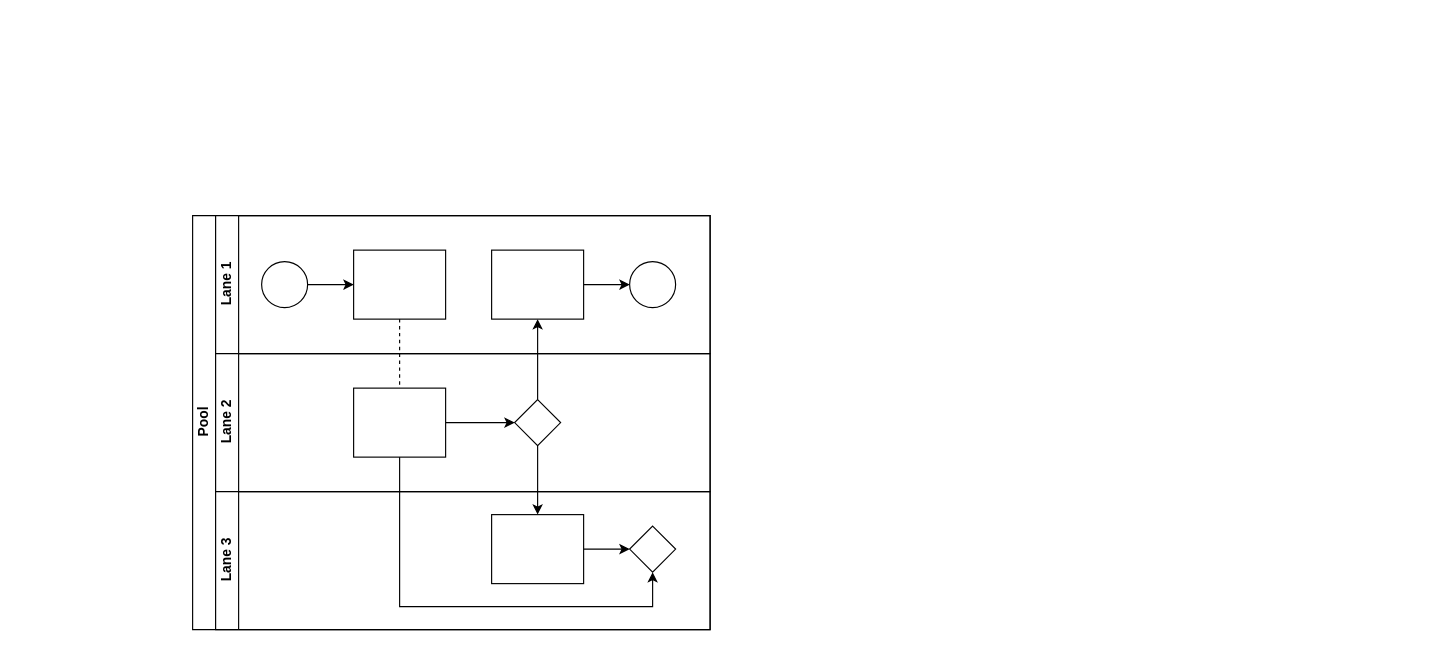
The draw.io diagram Biểu đồ không có tiêu đề.drawio in iambinhnpt/iambinhnpt, before the edit. Source tidied: cells renumbered, new cells numbered last; positions are measured from the earlier drawing's top-left corner, leaving out a move shared by most shapes. Both pictures are drawn from the tidied source at 115%, with x=0, y=0 at pixel (192, 215).
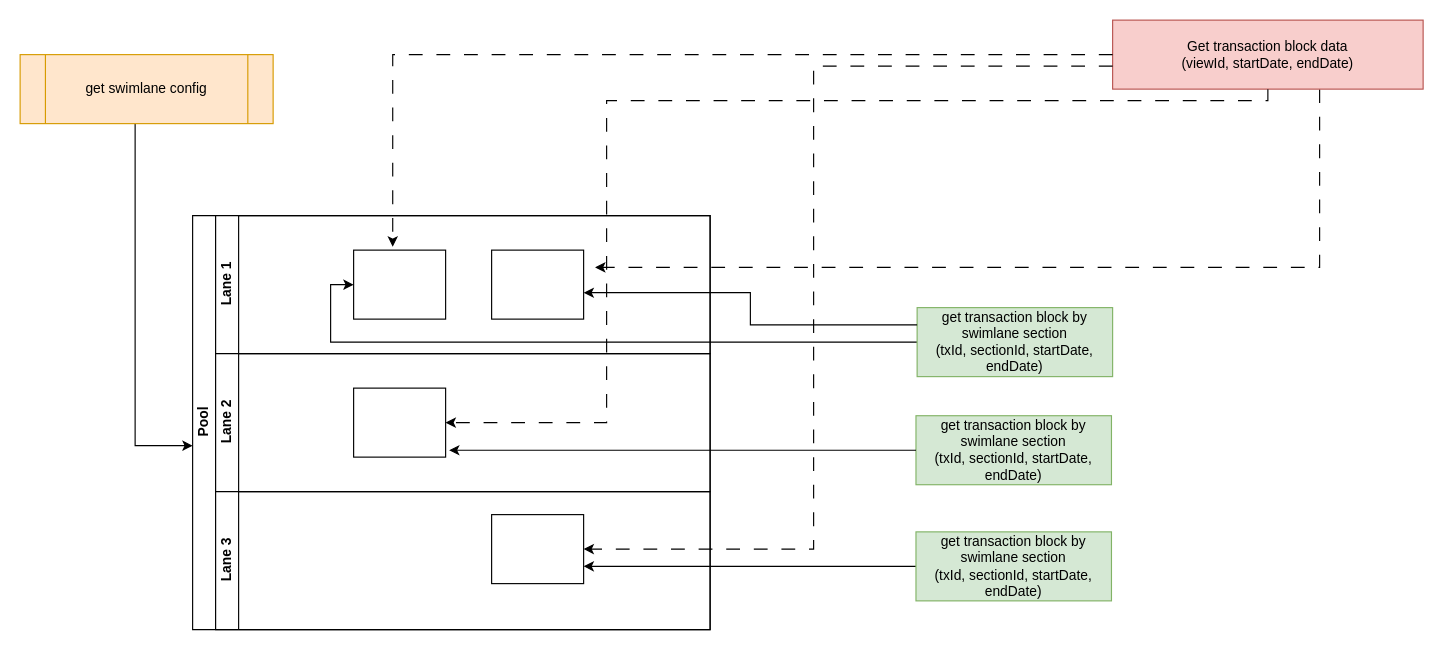
After the change.

Unchanged cells that the change refers to:
```xml
<mxCell id="2" value="Pool" style="swimlane;html=1;horizontal=0;startSize=20;" parent="1" vertex="1">
  <mxGeometry width="450" height="360" as="geometry" />
</mxCell>
<mxCell id="7" value="Lane 1" style="swimlane;html=1;startSize=20;horizontal=0;" parent="2" vertex="1">
  <mxGeometry x="20" width="430" height="120" as="geometry" />
</mxCell>
<mxCell id="10" style="rounded=0;whiteSpace=wrap;html=1;fontFamily=Helvetica;fontSize=12;fontColor=#000000;align=center;" parent="7" vertex="1">
  <mxGeometry x="120" y="30" width="80" height="60" as="geometry" />
</mxCell>
<mxCell id="12" style="rounded=0;whiteSpace=wrap;html=1;fontFamily=Helvetica;fontSize=12;fontColor=#000000;align=center;" parent="7" vertex="1">
  <mxGeometry x="240" y="30" width="80" height="60" as="geometry" />
</mxCell>
<mxCell id="14" value="Lane 2" style="swimlane;html=1;startSize=20;horizontal=0;" parent="2" vertex="1">
  <mxGeometry x="20" y="120" width="430" height="120" as="geometry" />
</mxCell>
<mxCell id="16" style="rounded=0;whiteSpace=wrap;html=1;fontFamily=Helvetica;fontSize=12;fontColor=#000000;align=center;" parent="14" vertex="1">
  <mxGeometry x="120" y="30" width="80" height="60" as="geometry" />
</mxCell>
<mxCell id="18" value="Lane 3" style="swimlane;html=1;startSize=20;horizontal=0;" parent="2" vertex="1">
  <mxGeometry x="20" y="240" width="430" height="120" as="geometry" />
</mxCell>
<mxCell id="20" style="rounded=0;whiteSpace=wrap;html=1;fontFamily=Helvetica;fontSize=12;fontColor=#000000;align=center;" parent="18" vertex="1">
  <mxGeometry x="240" y="20" width="80" height="60" as="geometry" />
</mxCell>
```

The edit, as a diff of the source:
```diff
@@
-    <mxCell id="3" style="edgeStyle=orthogonalEdgeStyle;rounded=0;jettySize=auto;html=1;dashed=1;endArrow=none;endFill=0;" parent="2" edge="1" source="10" target="16">
-      <mxGeometry relative="1" as="geometry" />
-    </mxCell>
-    <mxCell id="4" style="edgeStyle=orthogonalEdgeStyle;rounded=0;jettySize=auto;html=1;endArrow=classic;endFill=1;" parent="2" edge="1" source="17" target="12">
-      <mxGeometry relative="1" as="geometry" />
-    </mxCell>
-    <mxCell id="5" style="edgeStyle=orthogonalEdgeStyle;rounded=0;jettySize=auto;html=1;endArrow=classic;endFill=1;" parent="2" edge="1" source="17" target="20">
-      <mxGeometry relative="1" as="geometry" />
-    </mxCell>
-    <mxCell id="6" style="edgeStyle=orthogonalEdgeStyle;rounded=0;jettySize=auto;html=1;endArrow=classic;endFill=1;" parent="2" edge="1" source="16" target="21">
-      <mxGeometry relative="1" as="geometry">
-        <Array as="points">
-          <mxPoint x="180" y="340" />
-          <mxPoint x="400" y="340" />
-        </Array>
-      </mxGeometry>
-    </mxCell>
@@
-    <mxCell id="8" style="edgeStyle=orthogonalEdgeStyle;rounded=0;jettySize=auto;html=1;" parent="7" edge="1" source="9" target="10">
-      <mxGeometry relative="1" as="geometry" />
-    </mxCell>
-    <mxCell id="9" style="ellipse;whiteSpace=wrap;html=1;" parent="7" vertex="1">
-      <mxGeometry x="40" y="40" width="40" height="40" as="geometry" />
-    </mxCell>
@@
-    <mxCell id="11" style="edgeStyle=orthogonalEdgeStyle;rounded=0;jettySize=auto;html=1;endArrow=classic;endFill=1;" parent="7" edge="1" source="12" target="13">
-      <mxGeometry relative="1" as="geometry" />
-    </mxCell>
@@
-    <mxCell id="13" style="ellipse;whiteSpace=wrap;html=1;" parent="7" vertex="1">
-      <mxGeometry x="360" y="40" width="40" height="40" as="geometry" />
-    </mxCell>
@@
-    <mxCell id="15" style="edgeStyle=orthogonalEdgeStyle;rounded=0;jettySize=auto;html=1;endArrow=classic;endFill=1;" parent="14" edge="1" source="16" target="17">
-      <mxGeometry relative="1" as="geometry" />
-    </mxCell>
@@
-    <mxCell id="17" style="rhombus;whiteSpace=wrap;html=1;fontFamily=Helvetica;fontSize=12;fontColor=#000000;align=center;" parent="14" vertex="1">
-      <mxGeometry x="260" y="40" width="40" height="40" as="geometry" />
-    </mxCell>
@@
-    <mxCell id="19" style="edgeStyle=orthogonalEdgeStyle;rounded=0;jettySize=auto;html=1;endArrow=classic;endFill=1;" parent="18" edge="1" source="20" target="21">
-      <mxGeometry relative="1" as="geometry" />
-    </mxCell>
@@
-    <mxCell id="21" style="rhombus;whiteSpace=wrap;html=1;fontFamily=Helvetica;fontSize=12;fontColor=#000000;align=center;" parent="18" vertex="1">
-      <mxGeometry x="360" y="30" width="40" height="40" as="geometry" />
-    </mxCell>
+    <mxCell id="22" style="endArrow=classic;html=1;rounded=0;" parent="1" edge="1">
+      <mxGeometry relative="1" as="geometry">
+        <mxPoint x="-50" y="-80" as="sourcePoint" />
+        <mxPoint y="200" as="targetPoint" />
+        <Array as="points">
+          <mxPoint x="-50" y="200" />
+        </Array>
+      </mxGeometry>
+    </mxCell>
+    <mxCell id="23" value="get swimlane config" style="shape=process;whiteSpace=wrap;html=1;backgroundOutline=1;fillColor=#ffe6cc;strokeColor=#d79b00;" parent="1" vertex="1">
+      <mxGeometry x="-150" y="-140" width="220" height="60" as="geometry" />
+    </mxCell>
+    <mxCell id="24" style="edgeStyle=orthogonalEdgeStyle;rounded=0;orthogonalLoop=1;jettySize=auto;html=1;exitX=0;exitY=0.75;exitDx=0;exitDy=0;dashed=1;dashPattern=12 12;" parent="1" edge="1">
+      <mxGeometry relative="1" as="geometry">
+        <mxPoint x="980" y="-110" as="sourcePoint" />
+        <mxPoint x="350" y="45" as="targetPoint" />
+        <Array as="points">
+          <mxPoint x="980" y="45" />
+        </Array>
+      </mxGeometry>
+    </mxCell>
+    <mxCell id="25" value="Get transaction block data&lt;br&gt;(viewId, startDate, endDate)" style="rounded=0;whiteSpace=wrap;html=1;fontFamily=Helvetica;fontSize=12;align=center;fillColor=#f8cecc;strokeColor=#b85450;" parent="1" vertex="1">
+      <mxGeometry x="800" y="-170" width="270" height="60" as="geometry" />
+    </mxCell>
+    <mxCell id="26" style="edgeStyle=orthogonalEdgeStyle;rounded=0;jettySize=auto;html=1;entryX=0.425;entryY=-0.05;entryDx=0;entryDy=0;entryPerimeter=0;dashed=1;dashPattern=12 12;" parent="1" edge="1" source="25" target="10">
+      <mxGeometry relative="1" as="geometry" />
+    </mxCell>
+    <mxCell id="27" style="edgeStyle=orthogonalEdgeStyle;rounded=0;jettySize=auto;html=1;entryX=1;entryY=0.5;entryDx=0;entryDy=0;dashed=1;dashPattern=12 12;" parent="1" edge="1" source="25" target="16">
+      <mxGeometry relative="1" as="geometry">
+        <Array as="points">
+          <mxPoint x="360" y="-100" />
+          <mxPoint x="360" y="180" />
+        </Array>
+      </mxGeometry>
+    </mxCell>
+    <mxCell id="28" style="edgeStyle=orthogonalEdgeStyle;rounded=0;jettySize=auto;html=1;entryX=1;entryY=0.5;entryDx=0;entryDy=0;dashed=1;dashPattern=12 12;" parent="1" edge="1" source="25" target="20">
+      <mxGeometry relative="1" as="geometry">
+        <Array as="points">
+          <mxPoint x="540" y="-130" />
+          <mxPoint x="540" y="290" />
+        </Array>
+      </mxGeometry>
+    </mxCell>
+    <mxCell id="29" style="edgeStyle=orthogonalEdgeStyle;rounded=0;jettySize=auto;html=1;entryX=0;entryY=0.5;entryDx=0;entryDy=0;" parent="1" edge="1" source="30" target="10">
+      <mxGeometry relative="1" as="geometry" />
+    </mxCell>
+    <mxCell id="30" value="get transaction block by swimlane section&lt;br&gt;(txId, sectionId, startDate, endDate)" style="rounded=0;whiteSpace=wrap;html=1;fillColor=#d5e8d4;strokeColor=#82b366;" parent="1" vertex="1">
+      <mxGeometry x="630" y="80" width="170" height="60" as="geometry" />
+    </mxCell>
+    <mxCell id="31" value="get transaction block by swimlane section&lt;br&gt;(txId, sectionId, startDate, endDate)" style="rounded=0;whiteSpace=wrap;html=1;fillColor=#d5e8d4;strokeColor=#82b366;" parent="1" vertex="1">
+      <mxGeometry x="629" y="174" width="170" height="60" as="geometry" />
+    </mxCell>
+    <mxCell id="32" style="edgeStyle=orthogonalEdgeStyle;rounded=0;jettySize=auto;html=1;entryX=1;entryY=0.75;entryDx=0;entryDy=0;" parent="1" edge="1" source="33" target="20">
+      <mxGeometry relative="1" as="geometry" />
+    </mxCell>
+    <mxCell id="33" value="get transaction block by swimlane section&lt;br&gt;(txId, sectionId, startDate, endDate)" style="rounded=0;whiteSpace=wrap;html=1;fillColor=#d5e8d4;strokeColor=#82b366;" parent="1" vertex="1">
+      <mxGeometry x="629" y="275" width="170" height="60" as="geometry" />
+    </mxCell>
+    <mxCell id="34" style="edgeStyle=orthogonalEdgeStyle;rounded=0;jettySize=auto;html=1;entryX=1.038;entryY=0.9;entryDx=0;entryDy=0;entryPerimeter=0;" parent="1" edge="1" source="31" target="16">
+      <mxGeometry relative="1" as="geometry" />
+    </mxCell>
+    <mxCell id="35" style="edgeStyle=orthogonalEdgeStyle;rounded=0;jettySize=auto;html=1;exitX=0;exitY=0.25;exitDx=0;exitDy=0;entryX=1;entryY=0.617;entryDx=0;entryDy=0;entryPerimeter=0;" parent="1" edge="1" source="30" target="12">
+      <mxGeometry relative="1" as="geometry" />
+    </mxCell>
```
